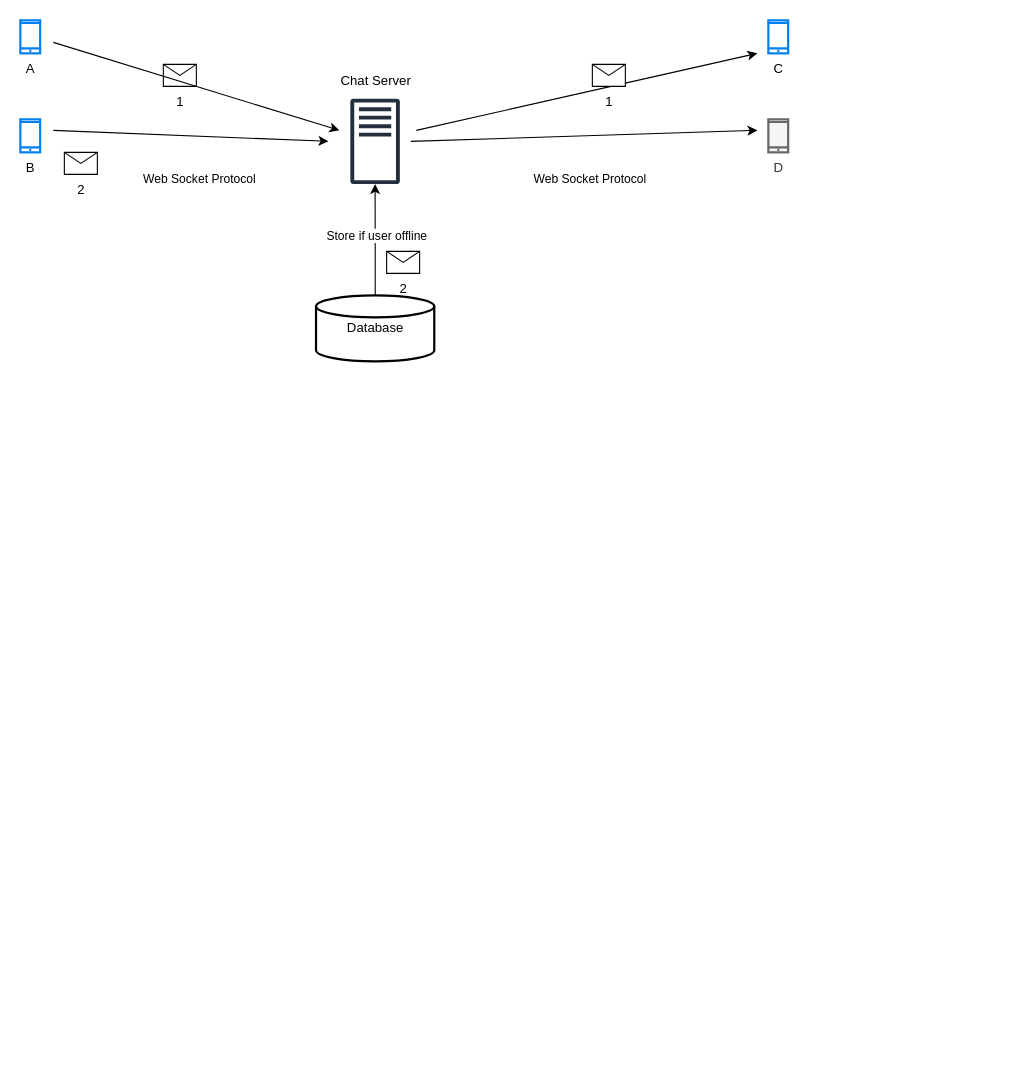
Above: design-excalidraw/whatsapp.drawio in opencodes/interview-prepration (draw.io), before the change. Source tidied: cells renumbered, new cells numbered last; positions are measured from the earlier drawing's top-left corner, leaving out a move shared by most shapes. Both pictures are drawn from the tidied source at 110%, with x=0, y=0 at pixel (20, 20).
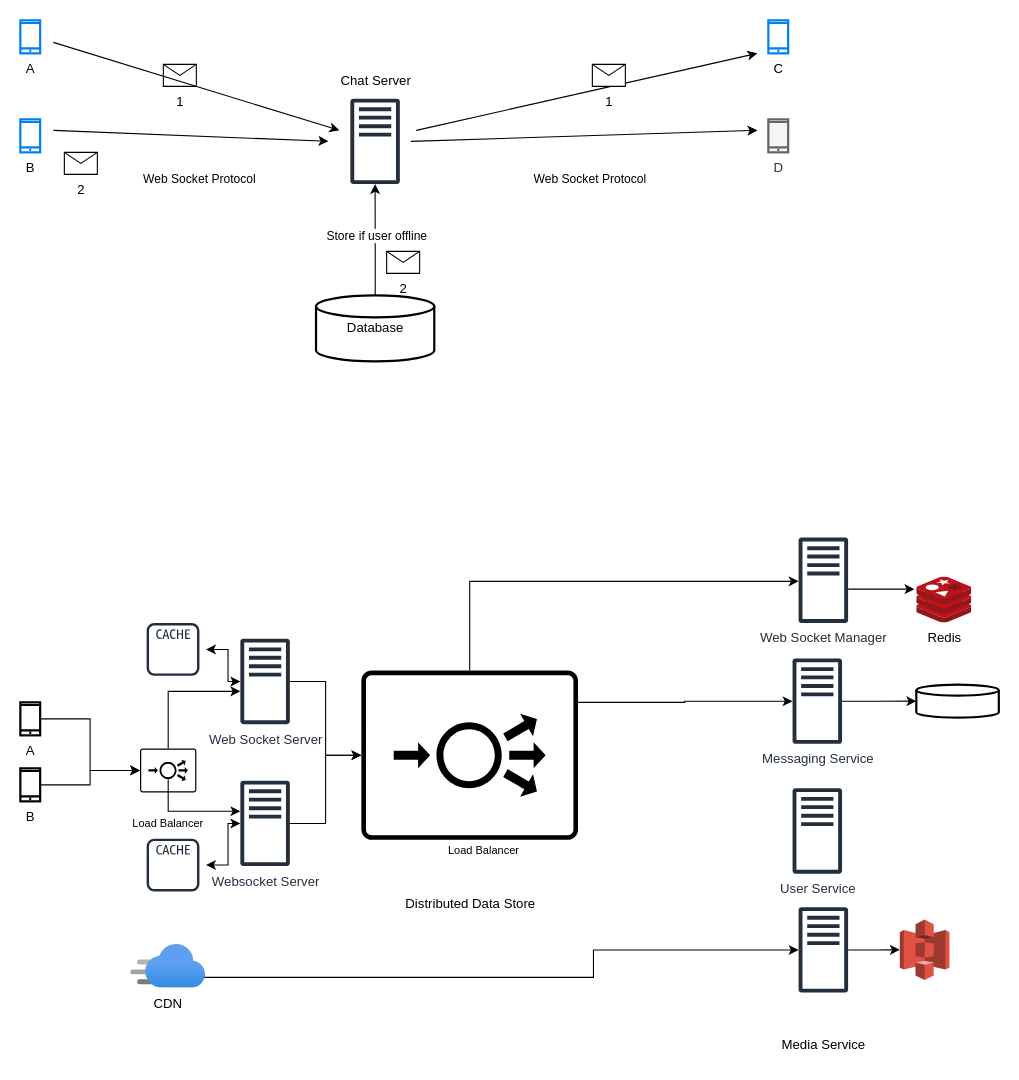
Above is the later version.

The edit, as a diff of the source:
```diff
@@
+    <mxCell id="21" value="B" style="html=1;verticalLabelPosition=bottom;align=center;labelBackgroundColor=#ffffff;verticalAlign=top;strokeWidth=2;strokeColor=#000000;shadow=0;dashed=0;shape=mxgraph.ios7.icons.smartphone;" parent="1" vertex="1">
+      <mxGeometry y="680" width="18" height="30" as="geometry" />
+    </mxCell>
+    <mxCell id="22" value="A" style="html=1;verticalLabelPosition=bottom;align=center;labelBackgroundColor=#ffffff;verticalAlign=top;strokeWidth=2;strokeColor=#000000;shadow=0;dashed=0;shape=mxgraph.ios7.icons.smartphone;" parent="1" vertex="1">
+      <mxGeometry y="620" width="18" height="30" as="geometry" />
+    </mxCell>
+    <mxCell id="23" style="edgeStyle=orthogonalEdgeStyle;rounded=0;jettySize=auto;html=1;" parent="1" edge="1" source="25" target="28">
+      <mxGeometry relative="1" as="geometry">
+        <Array as="points">
+          <mxPoint x="134" y="610" />
+        </Array>
+      </mxGeometry>
+    </mxCell>
+    <mxCell id="24" style="edgeStyle=orthogonalEdgeStyle;rounded=0;orthogonalLoop=1;jettySize=auto;html=1;" parent="1" edge="1">
+      <mxGeometry relative="1" as="geometry">
+        <mxPoint x="134.4" y="690" as="sourcePoint" />
+        <mxPoint x="200" y="719" as="targetPoint" />
+        <Array as="points">
+          <mxPoint x="134" y="719" />
+        </Array>
+      </mxGeometry>
+    </mxCell>
+    <mxCell id="25" style="sketch=0;points=[[0.015,0.015,0],[0.985,0.015,0],[0.985,0.985,0],[0.015,0.985,0],[0.25,0,0],[0.5,0,0],[0.75,0,0],[1,0.25,0],[1,0.5,0],[1,0.75,0],[0.75,1,0],[0.5,1,0],[0.25,1,0],[0,0.75,0],[0,0.5,0],[0,0.25,0]];verticalLabelPosition=bottom;html=1;verticalAlign=top;align=center;shape=mxgraph.cisco19.rect;prIcon=load_balancer;fillColor=none;strokeColor=#000000;" parent="1" vertex="1">
+      <mxGeometry x="108.8" y="661.9" width="51.2" height="40" as="geometry" />
+    </mxCell>
+    <mxCell id="26" style="edgeStyle=orthogonalEdgeStyle;rounded=0;jettySize=auto;html=1;entryX=0;entryY=0.5;entryDx=0;entryDy=0;entryPerimeter=0;" parent="1" edge="1" source="22" target="25">
+      <mxGeometry relative="1" as="geometry" />
+    </mxCell>
+    <mxCell id="27" style="edgeStyle=orthogonalEdgeStyle;rounded=0;jettySize=auto;html=1;entryX=0;entryY=0.5;entryDx=0;entryDy=0;entryPerimeter=0;" parent="1" edge="1" source="21" target="25">
+      <mxGeometry relative="1" as="geometry" />
+    </mxCell>
+    <mxCell id="28" value="Web Socket Server" style="sketch=0;outlineConnect=0;fontColor=#232F3E;gradientColor=none;fillColor=#232F3D;strokeColor=none;dashed=0;verticalLabelPosition=bottom;verticalAlign=top;align=center;html=1;fontSize=12;fontStyle=0;shape=mxgraph.aws4.traditional_server;fontFamily=Excalifont;" parent="1" vertex="1">
+      <mxGeometry x="200" y="562" width="45" height="78" as="geometry" />
+    </mxCell>
+    <mxCell id="29" value="Websocket Server" style="sketch=0;outlineConnect=0;fontColor=#232F3E;gradientColor=none;fillColor=#232F3D;strokeColor=none;dashed=0;verticalLabelPosition=bottom;verticalAlign=top;align=center;html=1;fontSize=12;fontStyle=0;shape=mxgraph.aws4.traditional_server;fontFamily=Excalifont;" parent="1" vertex="1">
+      <mxGeometry x="200" y="691" width="45" height="78" as="geometry" />
+    </mxCell>
+    <mxCell id="30" value="Load Balancer" style="text;html=1;align=center;verticalAlign=middle;strokeColor=none;fillColor=none;fontFamily=Excalifont;fontSize=10;" parent="1" vertex="1">
+      <mxGeometry x="89.4" y="715" width="90" height="30" as="geometry" />
+    </mxCell>
+    <mxCell id="31" style="edgeStyle=orthogonalEdgeStyle;rounded=0;jettySize=auto;html=1;" parent="1" edge="1" source="33" target="35">
+      <mxGeometry relative="1" as="geometry">
+        <Array as="points">
+          <mxPoint x="408" y="510" />
+        </Array>
+      </mxGeometry>
+    </mxCell>
+    <mxCell id="32" style="edgeStyle=orthogonalEdgeStyle;rounded=0;jettySize=auto;html=1;" parent="1" edge="1" source="33" target="41">
+      <mxGeometry relative="1" as="geometry">
+        <Array as="points">
+          <mxPoint x="604" y="620" />
+          <mxPoint x="604" y="619" />
+        </Array>
+      </mxGeometry>
+    </mxCell>
+    <mxCell id="33" style="sketch=0;points=[[0.015,0.015,0],[0.985,0.015,0],[0.985,0.985,0],[0.015,0.985,0],[0.25,0,0],[0.5,0,0],[0.75,0,0],[1,0.25,0],[1,0.5,0],[1,0.75,0],[0.75,1,0],[0.5,1,0],[0.25,1,0],[0,0.75,0],[0,0.5,0],[0,0.25,0]];verticalLabelPosition=bottom;html=1;verticalAlign=top;align=center;shape=mxgraph.cisco19.rect;prIcon=load_balancer;fillColor=none;strokeColor=#000000;" parent="1" vertex="1">
+      <mxGeometry x="310" y="591.1" width="197" height="153.9" as="geometry" />
+    </mxCell>
+    <mxCell id="34" style="edgeStyle=orthogonalEdgeStyle;rounded=0;jettySize=auto;html=1;entryX=0;entryY=0.5;entryDx=0;entryDy=0;entryPerimeter=0;" parent="1" edge="1" source="29" target="33">
+      <mxGeometry relative="1" as="geometry" />
+    </mxCell>
+    <mxCell id="35" value="Web Socket Manager" style="sketch=0;outlineConnect=0;fontColor=#232F3E;gradientColor=none;fillColor=#232F3D;strokeColor=none;dashed=0;verticalLabelPosition=bottom;verticalAlign=top;align=center;html=1;fontSize=12;fontStyle=0;shape=mxgraph.aws4.traditional_server;fontFamily=Excalifont;" parent="1" vertex="1">
+      <mxGeometry x="707.5" y="470" width="45" height="78" as="geometry" />
+    </mxCell>
+    <mxCell id="36" value="Redis" style="image;sketch=0;html=1;points=[];align=center;fontSize=12;image=img/lib/mscae/Cache_Redis_Product.svg;fontFamily=Excalifont;" parent="1" vertex="1">
+      <mxGeometry x="815" y="506" width="50" height="42" as="geometry" />
+    </mxCell>
+    <mxCell id="37" value="Load Balancer" style="text;html=1;align=center;verticalAlign=middle;strokeColor=none;fillColor=none;fontFamily=Excalifont;fontSize=10;" parent="1" vertex="1">
+      <mxGeometry x="376.2" y="739" width="90" height="30" as="geometry" />
+    </mxCell>
+    <mxCell id="38" style="strokeWidth=2;html=1;shape=mxgraph.flowchart.database;whiteSpace=wrap;" parent="1" vertex="1">
+      <mxGeometry x="814.5" y="603.9" width="75" height="30" as="geometry" />
+    </mxCell>
+    <mxCell id="39" style="edgeStyle=orthogonalEdgeStyle;rounded=0;jettySize=auto;html=1;entryX=-0.044;entryY=0.264;entryDx=0;entryDy=0;entryPerimeter=0;" parent="1" edge="1" source="35" target="36">
+      <mxGeometry relative="1" as="geometry">
+        <Array as="points">
+          <mxPoint x="803" y="518" />
+        </Array>
+      </mxGeometry>
+    </mxCell>
+    <mxCell id="40" value="Distributed Data Store" style="text;html=1;align=center;verticalAlign=middle;strokeColor=none;fillColor=none;fontFamily=Excalifont;" parent="1" vertex="1">
+      <mxGeometry x="328.5" y="787.5" width="160" height="30" as="geometry" />
+    </mxCell>
+    <mxCell id="41" value="Messaging Service" style="sketch=0;outlineConnect=0;fontColor=#232F3E;gradientColor=none;fillColor=#232F3D;strokeColor=none;dashed=0;verticalLabelPosition=bottom;verticalAlign=top;align=center;html=1;fontSize=12;fontStyle=0;shape=mxgraph.aws4.traditional_server;fontFamily=Excalifont;" parent="1" vertex="1">
+      <mxGeometry x="702" y="579.9" width="45" height="78" as="geometry" />
+    </mxCell>
+    <mxCell id="42" style="edgeStyle=orthogonalEdgeStyle;rounded=0;jettySize=auto;html=1;entryX=0;entryY=0.5;entryDx=0;entryDy=0;entryPerimeter=0;" parent="1" edge="1" source="41" target="38">
+      <mxGeometry relative="1" as="geometry" />
+    </mxCell>
+    <mxCell id="43" style="edgeStyle=orthogonalEdgeStyle;rounded=0;jettySize=auto;html=1;" parent="1" edge="1" source="44" target="45">
+      <mxGeometry relative="1" as="geometry" />
+    </mxCell>
+    <mxCell id="44" style="sketch=0;outlineConnect=0;fontColor=#232F3E;gradientColor=none;fillColor=#232F3D;strokeColor=none;dashed=0;verticalLabelPosition=bottom;verticalAlign=top;align=center;html=1;fontSize=12;fontStyle=0;shape=mxgraph.aws4.traditional_server;fontFamily=Excalifont;" parent="1" vertex="1">
+      <mxGeometry x="707.5" y="806" width="45" height="78" as="geometry" />
+    </mxCell>
+    <mxCell id="45" style="outlineConnect=0;dashed=0;verticalLabelPosition=bottom;verticalAlign=top;align=center;html=1;shape=mxgraph.aws3.s3;fillColor=#E05243;gradientColor=none;" parent="1" vertex="1">
+      <mxGeometry x="799.5" y="817.5" width="45.2" height="55" as="geometry" />
+    </mxCell>
+    <mxCell id="46" style="edgeStyle=orthogonalEdgeStyle;rounded=0;jettySize=auto;html=1;entryX=0;entryY=0.5;entryDx=0;entryDy=0;entryPerimeter=0;" parent="1" edge="1" source="28" target="33">
+      <mxGeometry relative="1" as="geometry" />
+    </mxCell>
+    <mxCell id="47" style="edgeStyle=orthogonalEdgeStyle;rounded=0;jettySize=auto;html=1;startArrow=classic;startFill=1;" parent="1" edge="1" source="48" target="28">
+      <mxGeometry relative="1" as="geometry" />
+    </mxCell>
+    <mxCell id="48" style="sketch=0;outlineConnect=0;fontColor=#232F3E;gradientColor=none;strokeColor=#232F3E;fillColor=none;dashed=0;verticalLabelPosition=bottom;verticalAlign=top;align=center;html=1;fontSize=12;fontStyle=0;shape=mxgraph.aws4.resourceIcon;resIcon=mxgraph.aws4.cache_node;" parent="1" vertex="1">
+      <mxGeometry x="108.8" y="541.9" width="60" height="60" as="geometry" />
+    </mxCell>
+    <mxCell id="49" style="edgeStyle=orthogonalEdgeStyle;rounded=0;jettySize=auto;html=1;startArrow=classic;startFill=1;" parent="1" edge="1" source="50" target="29">
+      <mxGeometry relative="1" as="geometry" />
+    </mxCell>
+    <mxCell id="50" style="sketch=0;outlineConnect=0;fontColor=#232F3E;gradientColor=none;strokeColor=#232F3E;fillColor=none;dashed=0;verticalLabelPosition=bottom;verticalAlign=top;align=center;html=1;fontSize=12;fontStyle=0;shape=mxgraph.aws4.resourceIcon;resIcon=mxgraph.aws4.cache_node;" parent="1" vertex="1">
+      <mxGeometry x="108.8" y="737.9" width="60" height="60" as="geometry" />
+    </mxCell>
+    <mxCell id="51" style="edgeStyle=orthogonalEdgeStyle;rounded=0;jettySize=auto;html=1;" parent="1" edge="1" target="44">
+      <mxGeometry relative="1" as="geometry">
+        <mxPoint x="160" y="870" as="sourcePoint" />
+        <Array as="points">
+          <mxPoint x="521" y="870" />
+        </Array>
+      </mxGeometry>
+    </mxCell>
+    <mxCell id="52" value="Media Service" style="text;html=1;align=center;verticalAlign=middle;strokeColor=none;fillColor=none;fontFamily=Excalifont;" parent="1" vertex="1">
+      <mxGeometry x="680" y="917" width="100" height="30" as="geometry" />
+    </mxCell>
+    <mxCell id="53" value="CDN" style="image;html=1;align=center;fontSize=12;image=img/lib/azure2/app_services/CDN_Profiles.svg;fontFamily=Excalifont;" parent="1" vertex="1">
+      <mxGeometry x="100.4" y="840" width="68" height="40" as="geometry" />
+    </mxCell>
+    <mxCell id="54" value="User Service" style="sketch=0;fontColor=#232F3E;gradientColor=none;fillColor=#232F3D;strokeColor=none;dashed=0;verticalLabelPosition=bottom;verticalAlign=top;align=center;html=1;fontSize=12;fontStyle=0;shape=mxgraph.aws4.traditional_server;fontFamily=Excalifont;" parent="1" vertex="1">
+      <mxGeometry x="702" y="697.9" width="45" height="78" as="geometry" />
+    </mxCell>
```
